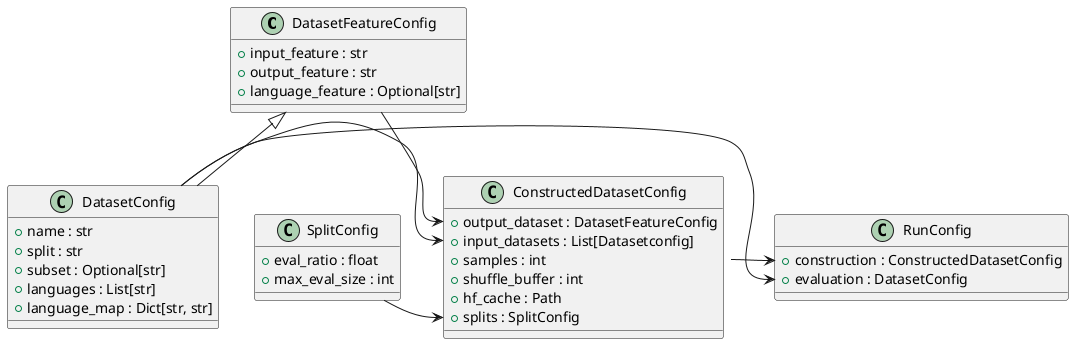
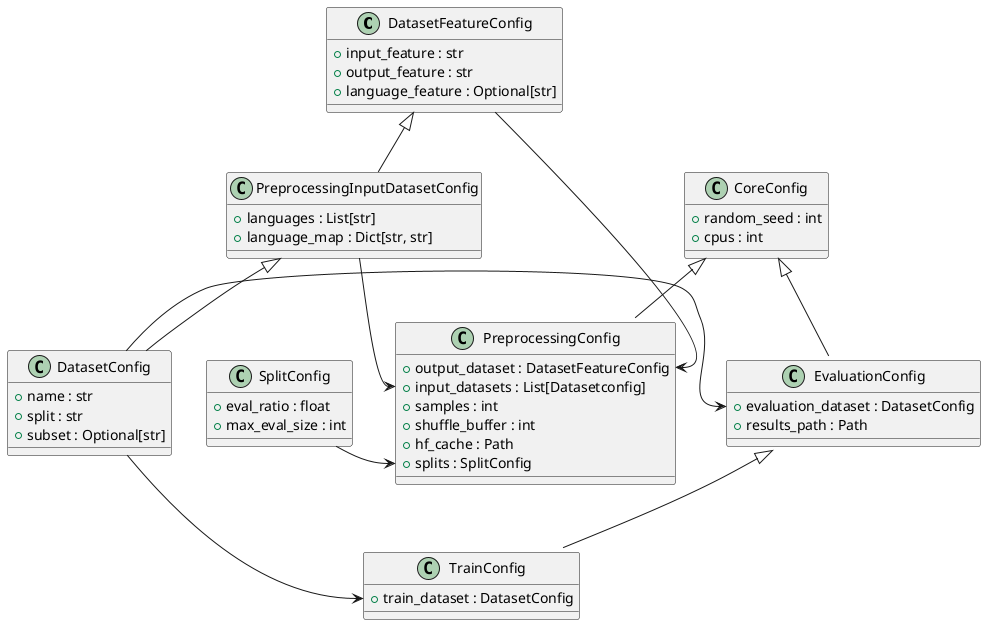
@startuml
class DatasetFeatureConfig {
+ input_feature : str
+ output_feature : str
+ language_feature : Optional[str]
}

+ class PreprocessingInputDatasetConfig {
+ + languages : List[str]
+ + language_map : Dict[str, str]
+ }
+ 
+ DatasetFeatureConfig <|-- PreprocessingInputDatasetConfig
+ 
class DatasetConfig {
+ name : str
+ split : str
+ subset : Optional[str]
- + languages : List[str]
- + language_map : Dict[str, str]
}

- DatasetFeatureConfig <|-- DatasetConfig
+ PreprocessingInputDatasetConfig <|-- DatasetConfig

class SplitConfig {
+ eval_ratio : float
+ max_eval_size : int
}

- class ConstructedDatasetConfig {
+ class CoreConfig {
+ + random_seed : int
+ + cpus : int
+ }
+ 
+ class PreprocessingConfig {
+ output_dataset : DatasetFeatureConfig
+ input_datasets : List[Datasetconfig]
+ samples : int
+ shuffle_buffer : int
+ hf_cache : Path
+ splits : SplitConfig
}

- DatasetFeatureConfig -> ConstructedDatasetConfig::output_dataset
- DatasetConfig -> ConstructedDatasetConfig::input_datasets
- SplitConfig -> ConstructedDatasetConfig::splits
+ CoreConfig <|-- PreprocessingConfig
+ DatasetFeatureConfig -> PreprocessingConfig::output_dataset
+ PreprocessingInputDatasetConfig --> PreprocessingConfig::input_datasets
+ SplitConfig -> PreprocessingConfig::splits

- class RunConfig {
- + construction : ConstructedDatasetConfig
- + evaluation : DatasetConfig
+ class EvaluationConfig {
+ + evaluation_dataset : DatasetConfig
+ + results_path : Path
}

- DatasetConfig -> RunConfig::evaluation
- ConstructedDatasetConfig -> RunConfig::construction
+ CoreConfig <|-- EvaluationConfig
+ 
+ class TrainConfig {
+ + train_dataset : DatasetConfig
+ }
+ 
+ EvaluationConfig <|-- TrainConfig
+ DatasetConfig -> EvaluationConfig::evaluation_dataset
+ DatasetConfig -> TrainConfig::train_dataset
@enduml